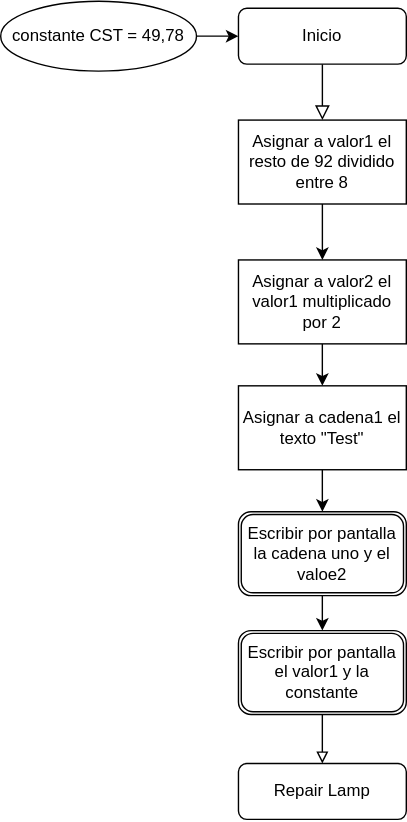
PedroLopezG/T2 keeps this draw.io diagram as 2.flowchart.drawio.svg. Above is the earlier version. Source tidied: cells renumbered, new cells last; positions are measured from the earlier drawing's top-left corner, leaving out a move shared by most shapes.
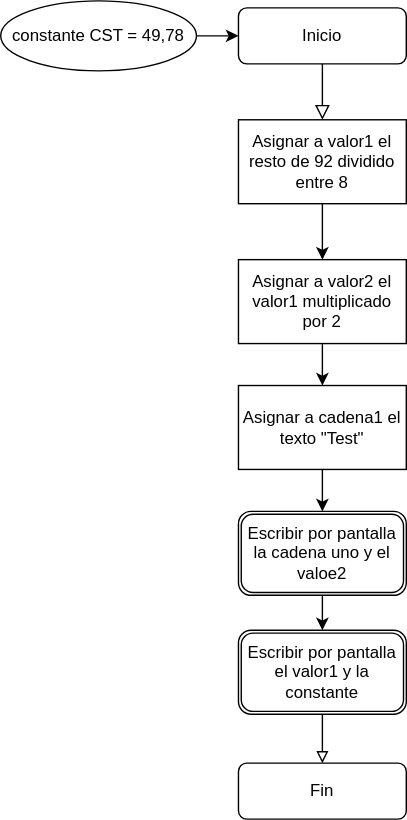
Later version of the same file.

Change to the diagram source:
```diff
@@ -8,7 +8,7 @@
     <mxCell id="3" value="Inicio" style="rounded=1;whiteSpace=wrap;html=1;fontSize=12;glass=0;strokeWidth=1;shadow=0;" parent="1" vertex="1">
       <mxGeometry x="170" y="5" width="120" height="40" as="geometry" />
     </mxCell>
-    <mxCell id="4" value="Repair Lamp" style="rounded=1;whiteSpace=wrap;html=1;fontSize=12;glass=0;strokeWidth=1;shadow=0;" parent="1" vertex="1">
+    <mxCell id="4" value="Fin" style="rounded=1;whiteSpace=wrap;html=1;fontSize=12;glass=0;strokeWidth=1;shadow=0;" parent="1" vertex="1">
       <mxGeometry x="170" y="545" width="120" height="40" as="geometry" />
     </mxCell>
     <mxCell id="5" style="edgeStyle=orthogonalEdgeStyle;rounded=0;jettySize=auto;html=1;" parent="1" edge="1" source="6" target="3">
```
